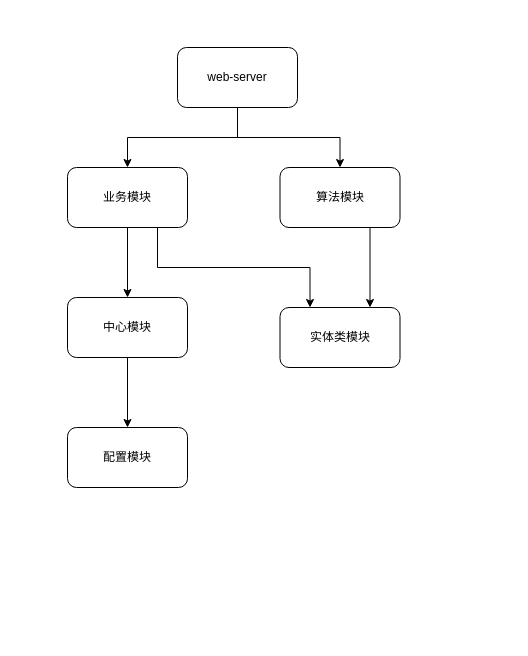
This is page "导出专用" (7 of 9) of mspaint/秉优科技.drawio from D1isney/notes, a draw.io file, before an edit. Source tidied: cells renumbered, new cells numbered last; positions are measured from the earlier drawing's top-left corner, leaving out a move shared by most shapes. Both pictures are drawn from the tidied source at 100%, with x=0, y=0 at pixel (67, 47).
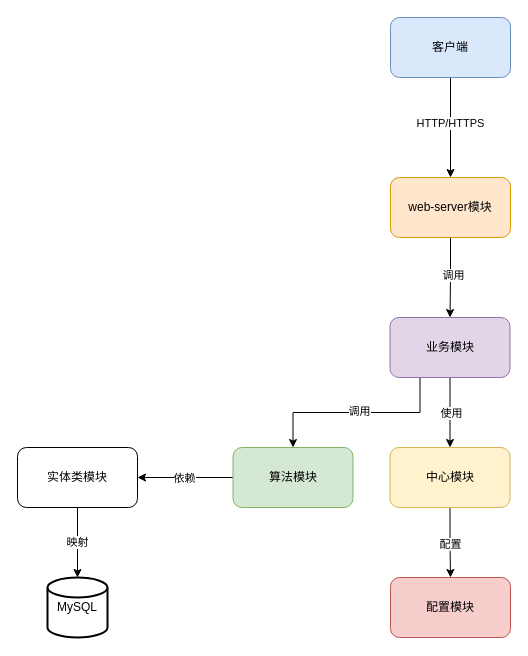
After the change.

Unchanged cells that the change refers to:
```xml
<mxCell id="11" style="edgeStyle=orthogonalEdgeStyle;rounded=0;jettySize=auto;html=1;exitX=0.5;exitY=1;exitDx=0;exitDy=0;" parent="1" edge="1" source="12" target="13">
  <mxGeometry relative="1" as="geometry" />
</mxCell>
```

What changed in the source:
```diff
@@
-    <mxCell id="2" style="edgeStyle=orthogonalEdgeStyle;rounded=0;jettySize=auto;html=1;exitX=0.5;exitY=1;exitDx=0;exitDy=0;" parent="1" edge="1" source="4" target="7">
-      <mxGeometry relative="1" as="geometry" />
-    </mxCell>
-    <mxCell id="3" style="edgeStyle=orthogonalEdgeStyle;rounded=0;jettySize=auto;html=1;exitX=0.5;exitY=1;exitDx=0;exitDy=0;" parent="1" edge="1" source="4" target="9">
-      <mxGeometry relative="1" as="geometry" />
-    </mxCell>
-    <mxCell id="4" value="web-server" style="rounded=1;whiteSpace=wrap;html=1;" parent="1" vertex="1">
-      <mxGeometry x="110" width="120" height="60" as="geometry" />
-    </mxCell>
+    <mxCell id="14" style="edgeStyle=orthogonalEdgeStyle;rounded=0;jettySize=auto;html=1;exitX=0.5;exitY=1;exitDx=0;exitDy=0;entryX=0.5;entryY=0;entryDx=0;entryDy=0;" parent="1" edge="1" source="16" target="19">
+      <mxGeometry relative="1" as="geometry" />
+    </mxCell>
+    <mxCell id="15" value="HTTP/HTTPS" style="edgeLabel;html=1;align=center;verticalAlign=middle;" parent="14" vertex="1">
+      <mxGeometry x="-0.1" y="-1" relative="1" as="geometry" />
+    </mxCell>
+    <mxCell id="16" value="客户端" style="rounded=1;whiteSpace=wrap;html=1;fillColor=#dae8fc;strokeColor=#6c8ebf;" parent="1" vertex="1">
+      <mxGeometry x="323" y="-30" width="120" height="60" as="geometry" />
+    </mxCell>
+    <mxCell id="17" style="edgeStyle=orthogonalEdgeStyle;rounded=0;jettySize=auto;html=1;exitX=0.5;exitY=1;exitDx=0;exitDy=0;" parent="1" edge="1" source="19" target="7">
+      <mxGeometry relative="1" as="geometry" />
+    </mxCell>
+    <mxCell id="18" value="调用" style="edgeLabel;html=1;align=center;verticalAlign=middle;" parent="17" vertex="1">
+      <mxGeometry x="-0.08" y="2" relative="1" as="geometry" />
+    </mxCell>
+    <mxCell id="19" value="web-server模块" style="rounded=1;whiteSpace=wrap;html=1;fillColor=#ffe6cc;strokeColor=#d79b00;" parent="1" vertex="1">
+      <mxGeometry x="323" y="130" width="120" height="60" as="geometry" />
+    </mxCell>
+    <mxCell id="20" style="edgeStyle=orthogonalEdgeStyle;rounded=0;jettySize=auto;html=1;exitX=0.25;exitY=1;exitDx=0;exitDy=0;" parent="1" edge="1" source="7" target="9">
+      <mxGeometry relative="1" as="geometry" />
+    </mxCell>
+    <mxCell id="21" value="调用" style="edgeLabel;html=1;align=center;verticalAlign=middle;" parent="20" vertex="1">
+      <mxGeometry x="-0.03" y="-2" relative="1" as="geometry" />
+    </mxCell>
-    <mxCell id="5" style="edgeStyle=orthogonalEdgeStyle;rounded=0;jettySize=auto;html=1;exitX=0.5;exitY=1;exitDx=0;exitDy=0;entryX=0.5;entryY=0;entryDx=0;entryDy=0;" parent="1" edge="1" source="7" target="12">
+    <mxCell id="5" style="edgeStyle=orthogonalEdgeStyle;rounded=0;jettySize=auto;html=1;exitX=0.5;exitY=1;exitDx=0;exitDy=0;" parent="1" edge="1" source="7" target="12">
       <mxGeometry relative="1" as="geometry" />
     </mxCell>
-    <mxCell id="6" style="edgeStyle=orthogonalEdgeStyle;rounded=0;jettySize=auto;html=1;exitX=0.75;exitY=1;exitDx=0;exitDy=0;entryX=0.25;entryY=0;entryDx=0;entryDy=0;" parent="1" edge="1" source="7" target="10">
-      <mxGeometry relative="1" as="geometry" />
-    </mxCell>
+    <mxCell id="22" value="使用" style="edgeLabel;html=1;align=center;verticalAlign=middle;" parent="5" vertex="1">
+      <mxGeometry x="-0.01" y="1" relative="1" as="geometry" />
+    </mxCell>
-    <mxCell id="7" value="业务模块" style="rounded=1;whiteSpace=wrap;html=1;" parent="1" vertex="1">
-      <mxGeometry y="120" width="120" height="60" as="geometry" />
+    <mxCell id="7" value="业务模块" style="rounded=1;whiteSpace=wrap;html=1;fillColor=#e1d5e7;strokeColor=#9673a6;" parent="1" vertex="1">
+      <mxGeometry x="322.5" y="270" width="120" height="60" as="geometry" />
     </mxCell>
+    <mxCell id="23" style="edgeStyle=orthogonalEdgeStyle;rounded=0;jettySize=auto;html=1;exitX=0.5;exitY=1;exitDx=0;exitDy=0;" parent="1" edge="1" source="10" target="27">
+      <mxGeometry relative="1" as="geometry" />
+    </mxCell>
+    <mxCell id="24" value="映射" style="edgeLabel;html=1;align=center;verticalAlign=middle;" parent="23" vertex="1">
+      <mxGeometry x="-0.04" y="-1" relative="1" as="geometry" />
+    </mxCell>
+    <mxCell id="10" value="实体类模块" style="rounded=1;whiteSpace=wrap;html=1;" parent="1" vertex="1">
+      <mxGeometry x="-50" y="400" width="120" height="60" as="geometry" />
+    </mxCell>
-    <mxCell id="8" style="edgeStyle=orthogonalEdgeStyle;rounded=0;jettySize=auto;html=1;exitX=0.75;exitY=1;exitDx=0;exitDy=0;entryX=0.75;entryY=0;entryDx=0;entryDy=0;" parent="1" edge="1" source="9" target="10">
+    <mxCell id="8" style="edgeStyle=orthogonalEdgeStyle;rounded=0;jettySize=auto;html=1;exitX=0;exitY=0.5;exitDx=0;exitDy=0;entryX=1;entryY=0.5;entryDx=0;entryDy=0;" parent="1" edge="1" source="9" target="10">
       <mxGeometry relative="1" as="geometry" />
     </mxCell>
+    <mxCell id="25" value="依赖" style="edgeLabel;html=1;align=center;verticalAlign=middle;" parent="8" vertex="1">
+      <mxGeometry x="0.02" relative="1" as="geometry" />
+    </mxCell>
-    <mxCell id="9" value="算法模块" style="rounded=1;whiteSpace=wrap;html=1;" parent="1" vertex="1">
-      <mxGeometry x="212.5" y="120" width="120" height="60" as="geometry" />
+    <mxCell id="9" value="算法模块" style="rounded=1;whiteSpace=wrap;html=1;fillColor=#d5e8d4;strokeColor=#82b366;" parent="1" vertex="1">
+      <mxGeometry x="165.5" y="400" width="120" height="60" as="geometry" />
     </mxCell>
-    <mxCell id="10" value="实体类模块" style="rounded=1;whiteSpace=wrap;html=1;" parent="1" vertex="1">
-      <mxGeometry x="212.5" y="260" width="120" height="60" as="geometry" />
-    </mxCell>
@@
+    <mxCell id="26" value="配置" style="edgeLabel;html=1;align=center;verticalAlign=middle;" parent="11" vertex="1">
+      <mxGeometry x="0.05" y="-1" relative="1" as="geometry" />
+    </mxCell>
-    <mxCell id="12" value="中心模块" style="rounded=1;whiteSpace=wrap;html=1;" parent="1" vertex="1">
-      <mxGeometry y="250" width="120" height="60" as="geometry" />
+    <mxCell id="12" value="中心模块" style="rounded=1;whiteSpace=wrap;html=1;fillColor=#fff2cc;strokeColor=#d6b656;" parent="1" vertex="1">
+      <mxGeometry x="322.5" y="400" width="120" height="60" as="geometry" />
     </mxCell>
-    <mxCell id="13" value="配置模块" style="rounded=1;whiteSpace=wrap;html=1;" parent="1" vertex="1">
-      <mxGeometry y="380" width="120" height="60" as="geometry" />
+    <mxCell id="13" value="配置模块" style="rounded=1;whiteSpace=wrap;html=1;fillColor=#f8cecc;strokeColor=#b85450;" parent="1" vertex="1">
+      <mxGeometry x="323" y="530" width="120" height="60" as="geometry" />
     </mxCell>
+    <mxCell id="27" value="MySQL" style="strokeWidth=2;html=1;shape=mxgraph.flowchart.database;whiteSpace=wrap;" parent="1" vertex="1">
+      <mxGeometry x="-20" y="530" width="60" height="60" as="geometry" />
+    </mxCell>
```
